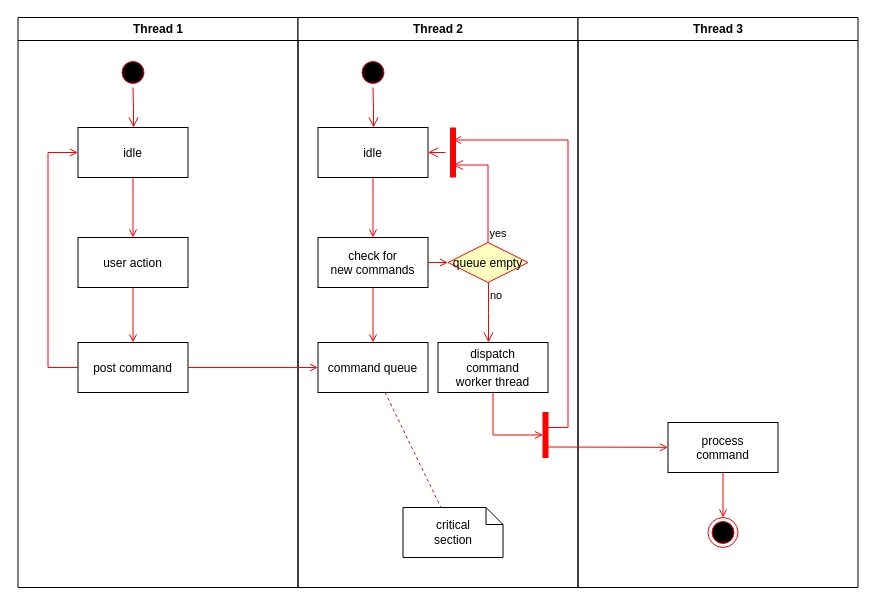
Above: Activitty Diagram.drawio in obara501/GambleAware (draw.io), before the change. Source tidied: cells renumbered, new cells numbered last; positions are measured from the earlier drawing's top-left corner, leaving out a move shared by most shapes. Both pictures are drawn from the tidied source at 100%, with x=0, y=0 at pixel (17, 17).
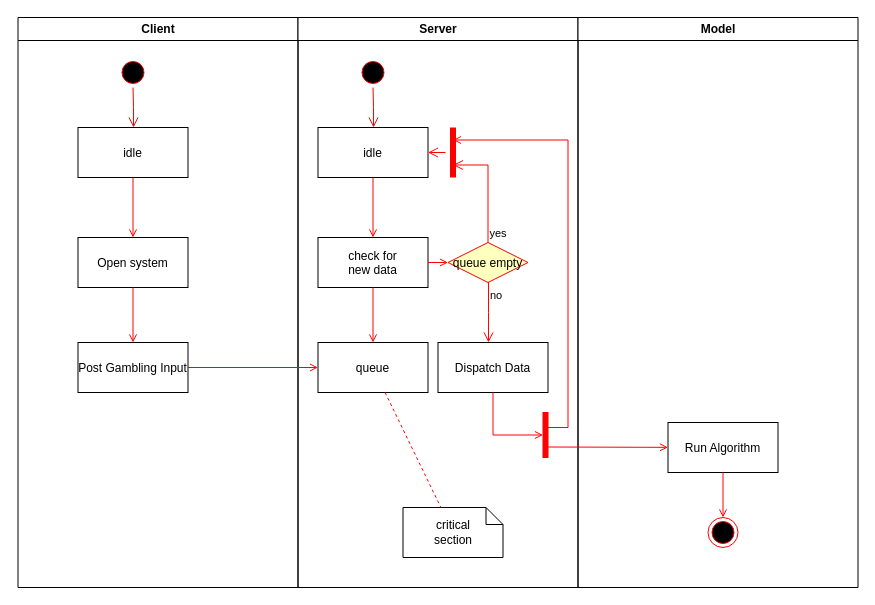
The same diagram, later.

The change refers to these unchanged cells:
```xml
<mxCell id="5" value="idle" parent="2" vertex="1">
  <mxGeometry x="60" y="110" width="110" height="50" as="geometry" />
</mxCell>
```

The edit, as a diff of the source:
```diff
@@
-    <mxCell id="2" value="Thread 1" style="swimlane;whiteSpace=wrap;" parent="1" vertex="1">
+    <mxCell id="2" value="Client" style="swimlane;whiteSpace=wrap;" parent="1" vertex="1">
       <mxGeometry x="0.5" width="280" height="570" as="geometry" />
     </mxCell>
@@
-    <mxCell id="6" value="user action" parent="2" vertex="1">
+    <mxCell id="6" value="Open system" parent="2" vertex="1">
       <mxGeometry x="60" y="220" width="110" height="50" as="geometry" />
     </mxCell>
@@
-    <mxCell id="8" value="post command" parent="2" vertex="1">
+    <mxCell id="8" value="Post Gambling Input" parent="2" vertex="1">
       <mxGeometry x="60" y="325" width="110" height="50" as="geometry" />
     </mxCell>
@@
-    <mxCell id="10" style="edgeStyle=elbowEdgeStyle;elbow=horizontal;strokeColor=#FF0000;endArrow=open;endFill=1;rounded=0;" parent="2" edge="1" source="8" target="5">
-      <mxGeometry relative="1" as="geometry">
-        <Array as="points">
-          <mxPoint x="30" y="250" />
-        </Array>
-      </mxGeometry>
-    </mxCell>
-    <mxCell id="11" value="Thread 2" style="swimlane;whiteSpace=wrap;" parent="1" vertex="1">
+    <mxCell id="11" value="Server" style="swimlane;whiteSpace=wrap;" parent="1" vertex="1">
       <mxGeometry x="280.5" width="280" height="570" as="geometry" />
     </mxCell>
@@
-    <mxCell id="15" value="check for &#10;new commands" parent="11" vertex="1">
+    <mxCell id="15" value="check for &#10;new data" parent="11" vertex="1">
       <mxGeometry x="20" y="220" width="110" height="50" as="geometry" />
     </mxCell>
@@
-    <mxCell id="17" value="command queue" parent="11" vertex="1">
+    <mxCell id="17" value="queue" parent="11" vertex="1">
       <mxGeometry x="20" y="325" width="110" height="50" as="geometry" />
     </mxCell>
@@
-    <mxCell id="25" value="dispatch&#10;command&#10;worker thread" parent="11" vertex="1">
+    <mxCell id="25" value="Dispatch Data" parent="11" vertex="1">
       <mxGeometry x="140" y="325" width="110" height="50" as="geometry" />
     </mxCell>
@@
-    <mxCell id="30" value="Thread 3" style="swimlane;whiteSpace=wrap;" parent="1" vertex="1">
+    <mxCell id="30" value="Model" style="swimlane;whiteSpace=wrap;" parent="1" vertex="1">
       <mxGeometry x="560.5" width="280" height="570" as="geometry" />
     </mxCell>
-    <mxCell id="31" value="process&#10;command" parent="30" vertex="1">
+    <mxCell id="31" value="Run Algorithm" parent="30" vertex="1">
       <mxGeometry x="90" y="405" width="110" height="50" as="geometry" />
     </mxCell>
```
